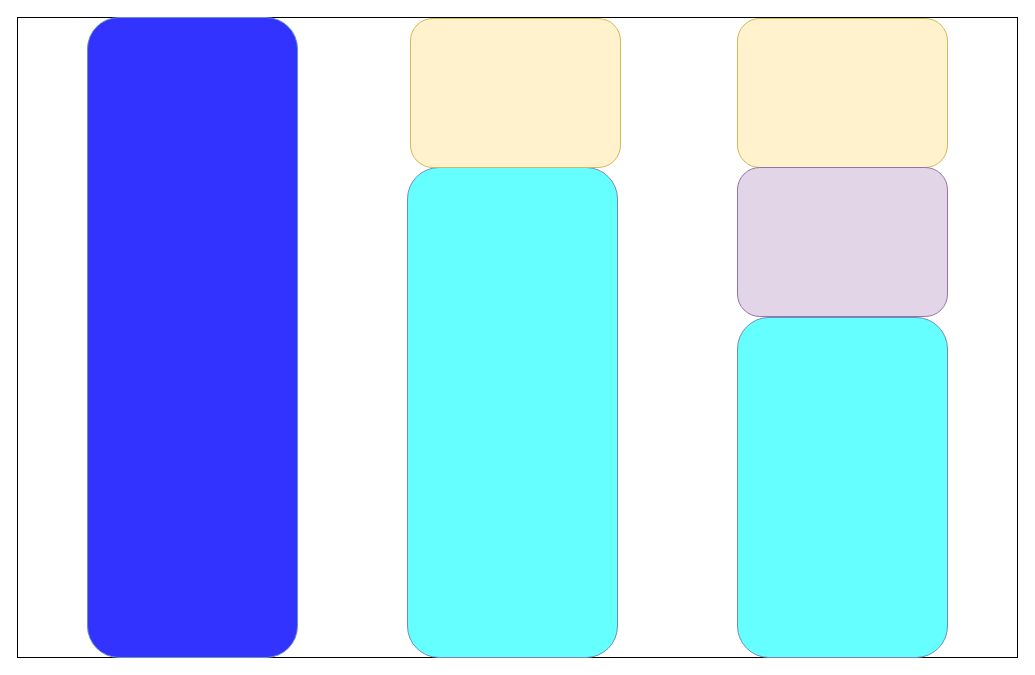
Before: Diagramme sans nom.drawio in dat-khal/Memoire, a draw.io diagram. Source tidied: cells renumbered, new cells numbered last; positions are measured from the earlier drawing's top-left corner, leaving out a move shared by most shapes. Both pictures are drawn from the tidied source at 100%, with x=0, y=0 at pixel (17, 17).
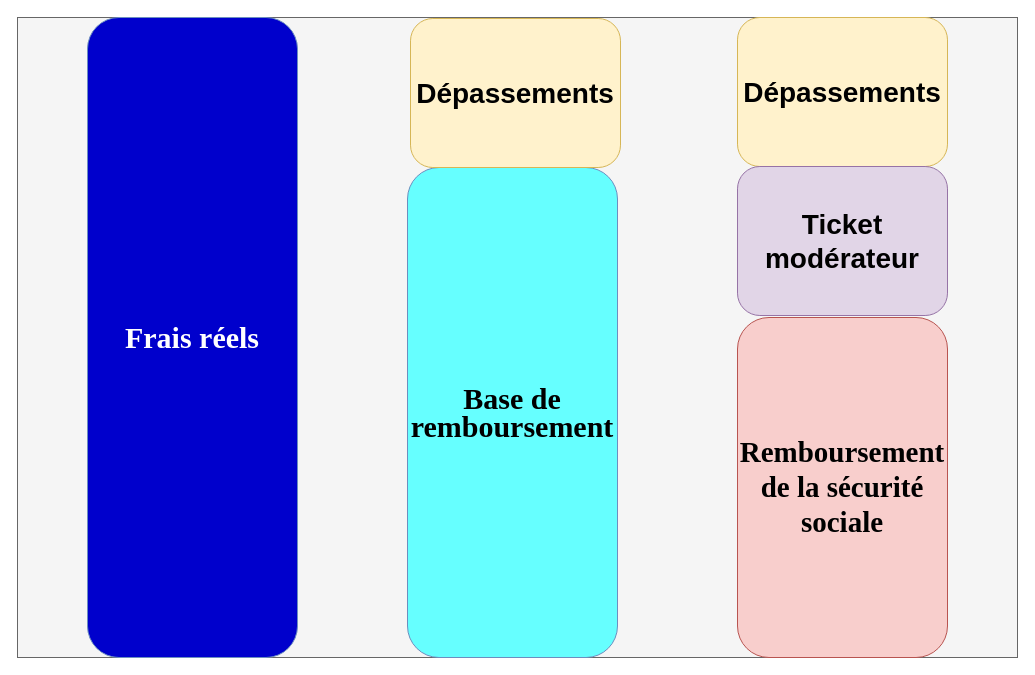
The same diagram, later.

The edit, as a diff of the source:
```diff
@@
 <mxGraphModel>
   <root>
     <mxCell id="0" />
     <mxCell id="1" parent="0" />
-    <mxCell id="2" style="rounded=0;whiteSpace=wrap;html=1;" parent="1" vertex="1">
+    <mxCell id="2" style="rounded=0;whiteSpace=wrap;html=1;fillColor=#f5f5f5;strokeColor=#666666;fontColor=#333333;" parent="1" vertex="1">
       <mxGeometry width="1000" height="640" as="geometry" />
     </mxCell>
-    <mxCell id="3" style="rounded=1;whiteSpace=wrap;html=1;fillColor=#3333FF;strokeColor=#6c8ebf;" parent="1" vertex="1">
-      <mxGeometry x="70" width="210" height="640" as="geometry" />
-    </mxCell>
-    <mxCell id="4" style="rounded=1;whiteSpace=wrap;html=1;fillColor=#66FFFF;strokeColor=#6c8ebf;" parent="1" vertex="1">
+    <mxCell id="4" value="&lt;p style=&quot;&quot;&gt;&lt;font size=&quot;1&quot; face=&quot;Times New Roman&quot; style=&quot;&quot;&gt;&lt;b style=&quot;line-height: 0.9; font-size: 30px;&quot;&gt;Base de remboursement&lt;/b&gt;&lt;/font&gt;&lt;/p&gt;" style="rounded=1;whiteSpace=wrap;html=1;fillColor=#66FFFF;strokeColor=#6c8ebf;align=center;" parent="1" vertex="1">
       <mxGeometry x="390" y="150" width="210" height="490" as="geometry" />
     </mxCell>
-    <mxCell id="5" style="rounded=1;whiteSpace=wrap;html=1;fillColor=#66FFFF;strokeColor=#6c8ebf;" parent="1" vertex="1">
+    <mxCell id="5" value="&lt;font size=&quot;1&quot; face=&quot;Times New Roman&quot;&gt;&lt;b style=&quot;font-size: 29px;&quot;&gt;Remboursement de la sécurité sociale&lt;/b&gt;&lt;/font&gt;" style="rounded=1;whiteSpace=wrap;html=1;fillColor=#f8cecc;strokeColor=#b85450;" parent="1" vertex="1">
       <mxGeometry x="720" y="300" width="210" height="340" as="geometry" />
     </mxCell>
-    <mxCell id="6" style="rounded=1;whiteSpace=wrap;html=1;fillColor=#fff2cc;strokeColor=#d6b656;" parent="1" vertex="1">
-      <mxGeometry x="720" y="1" width="210" height="149" as="geometry" />
-    </mxCell>
-    <mxCell id="7" style="rounded=1;whiteSpace=wrap;html=1;fillColor=#fff2cc;strokeColor=#d6b656;" parent="1" vertex="1">
+    <mxCell id="7" value="&lt;font size=&quot;1&quot; style=&quot;&quot;&gt;&lt;b style=&quot;font-size: 28px;&quot;&gt;Dépassements&lt;/b&gt;&lt;/font&gt;" style="rounded=1;whiteSpace=wrap;html=1;fillColor=#fff2cc;strokeColor=#d6b656;" parent="1" vertex="1">
       <mxGeometry x="393" y="1" width="210" height="149" as="geometry" />
     </mxCell>
-    <mxCell id="8" style="rounded=1;whiteSpace=wrap;html=1;fillColor=#e1d5e7;strokeColor=#9673a6;" parent="1" vertex="1">
-      <mxGeometry x="720" y="150" width="210" height="149" as="geometry" />
-    </mxCell>
+    <mxCell id="9" value="&lt;p style=&quot;&quot;&gt;&lt;font color=&quot;#ffffff&quot; size=&quot;1&quot; face=&quot;Times New Roman&quot; style=&quot;&quot;&gt;&lt;b style=&quot;line-height: 0.9; font-size: 30px;&quot;&gt;Frais réels&lt;/b&gt;&lt;/font&gt;&lt;/p&gt;" style="rounded=1;whiteSpace=wrap;html=1;fillColor=#0000CC;strokeColor=#6c8ebf;align=center;" parent="1" vertex="1">
+      <mxGeometry x="70" width="210" height="640" as="geometry" />
+    </mxCell>
+    <mxCell id="10" value="&lt;font size=&quot;1&quot; style=&quot;&quot;&gt;&lt;b style=&quot;font-size: 28px;&quot;&gt;Dépassements&lt;/b&gt;&lt;/font&gt;" style="rounded=1;whiteSpace=wrap;html=1;fillColor=#fff2cc;strokeColor=#d6b656;" parent="1" vertex="1">
+      <mxGeometry x="720" width="210" height="149" as="geometry" />
+    </mxCell>
+    <mxCell id="11" value="&lt;font size=&quot;1&quot; style=&quot;&quot;&gt;&lt;b style=&quot;font-size: 28px;&quot;&gt;Ticket modérateur&lt;/b&gt;&lt;/font&gt;" style="rounded=1;whiteSpace=wrap;html=1;fillColor=#e1d5e7;strokeColor=#9673a6;" parent="1" vertex="1">
+      <mxGeometry x="720" y="149" width="210" height="149" as="geometry" />
+    </mxCell>
   </root>
 </mxGraphModel>
```
